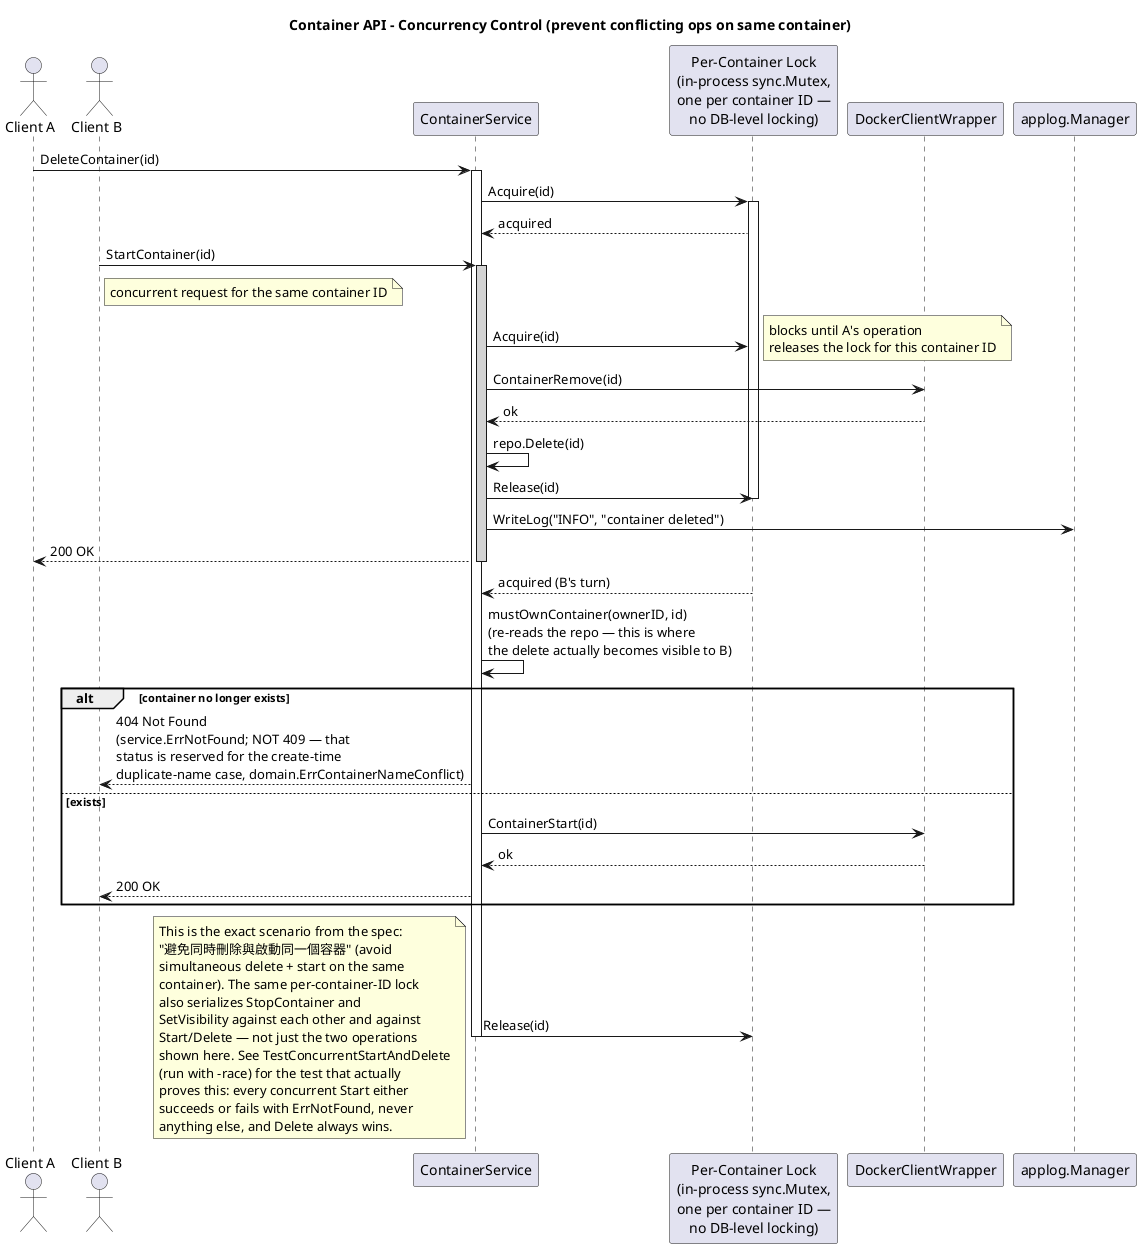
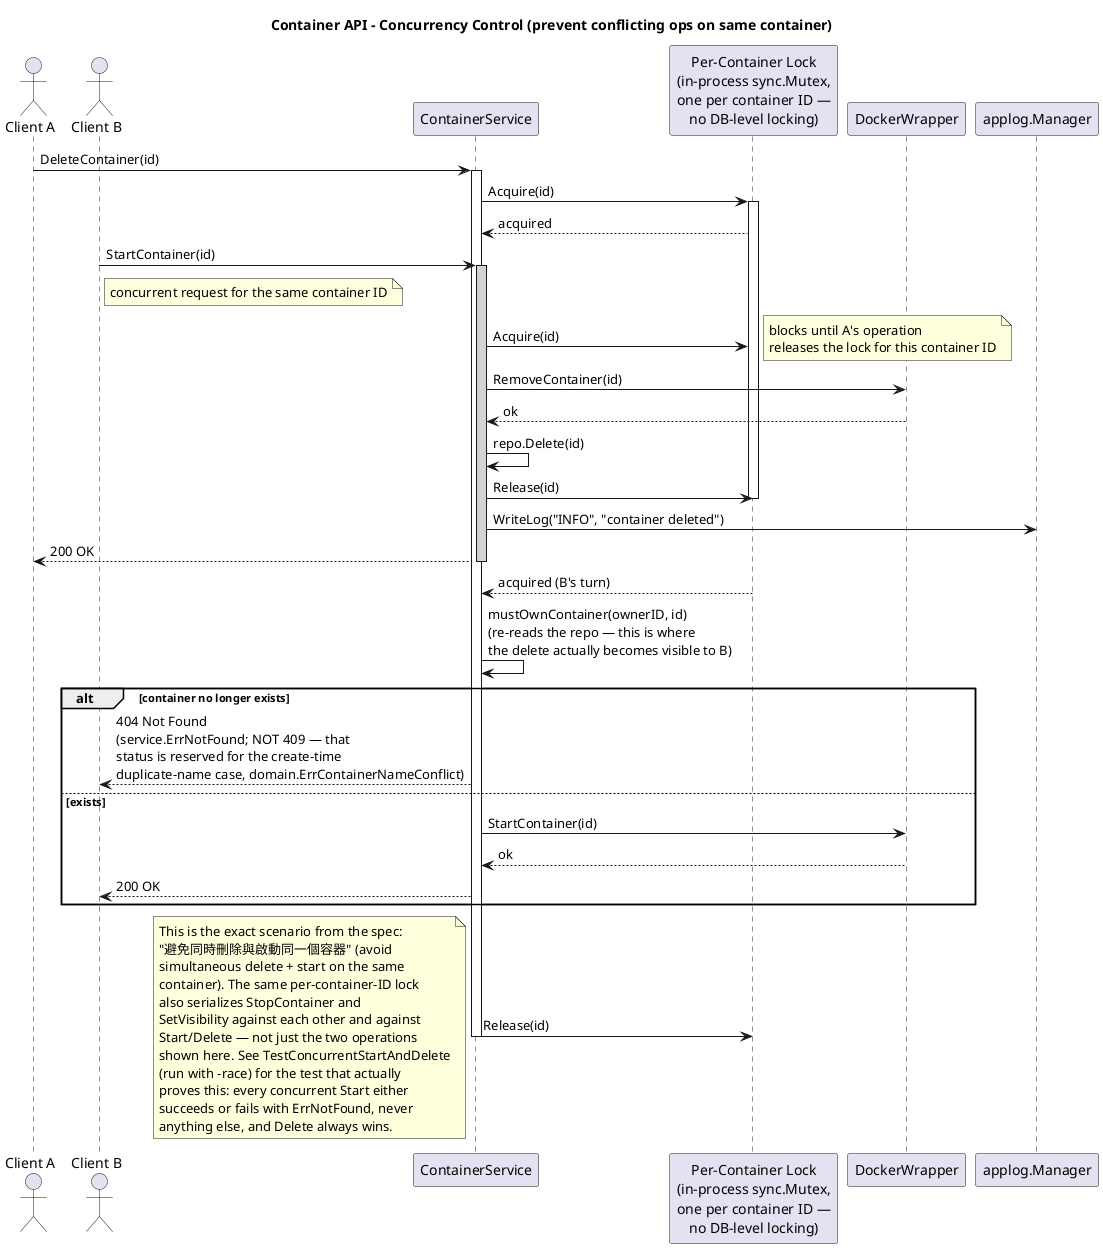
@startuml
title Container API - Concurrency Control (prevent conflicting ops on same container)

actor "Client A" as A
actor "Client B" as B
participant ContainerService
participant "Per-Container Lock\n(in-process sync.Mutex,\none per container ID —\nno DB-level locking)" as Lock
- participant DockerClientWrapper
+ participant DockerWrapper
participant "applog.Manager" as LogManager

A -> ContainerService: DeleteContainer(id)
activate ContainerService
ContainerService -> Lock: Acquire(id)
activate Lock
Lock --> ContainerService: acquired

B -> ContainerService: StartContainer(id)
note right of B: concurrent request for the same container ID
activate ContainerService #LightGray
ContainerService -> Lock: Acquire(id)
note right: blocks until A's operation\nreleases the lock for this container ID

- ContainerService -> DockerClientWrapper: ContainerRemove(id)
- DockerClientWrapper --> ContainerService: ok
+ ContainerService -> DockerWrapper: RemoveContainer(id)
+ DockerWrapper --> ContainerService: ok
ContainerService -> ContainerService: repo.Delete(id)
ContainerService -> Lock: Release(id)
deactivate Lock
ContainerService -> LogManager: WriteLog("INFO", "container deleted")
ContainerService --> A: 200 OK
deactivate ContainerService

Lock --> ContainerService: acquired (B's turn)
ContainerService -> ContainerService: mustOwnContainer(ownerID, id)\n(re-reads the repo — this is where\nthe delete actually becomes visible to B)
alt container no longer exists
  ContainerService --> B: 404 Not Found\n(service.ErrNotFound; NOT 409 — that\nstatus is reserved for the create-time\nduplicate-name case, domain.ErrContainerNameConflict)
else exists
-   ContainerService -> DockerClientWrapper: ContainerStart(id)
-   DockerClientWrapper --> ContainerService: ok
+   ContainerService -> DockerWrapper: StartContainer(id)
+   DockerWrapper --> ContainerService: ok
  ContainerService --> B: 200 OK
end
ContainerService -> Lock: Release(id)
deactivate ContainerService

note bottom
  This is the exact scenario from the spec:
  "避免同時刪除與啟動同一個容器" (avoid
  simultaneous delete + start on the same
  container). The same per-container-ID lock
  also serializes StopContainer and
  SetVisibility against each other and against
  Start/Delete — not just the two operations
  shown here. See TestConcurrentStartAndDelete
  (run with -race) for the test that actually
  proves this: every concurrent Start either
  succeeds or fails with ErrNotFound, never
  anything else, and Delete always wins.
end note

@enduml
